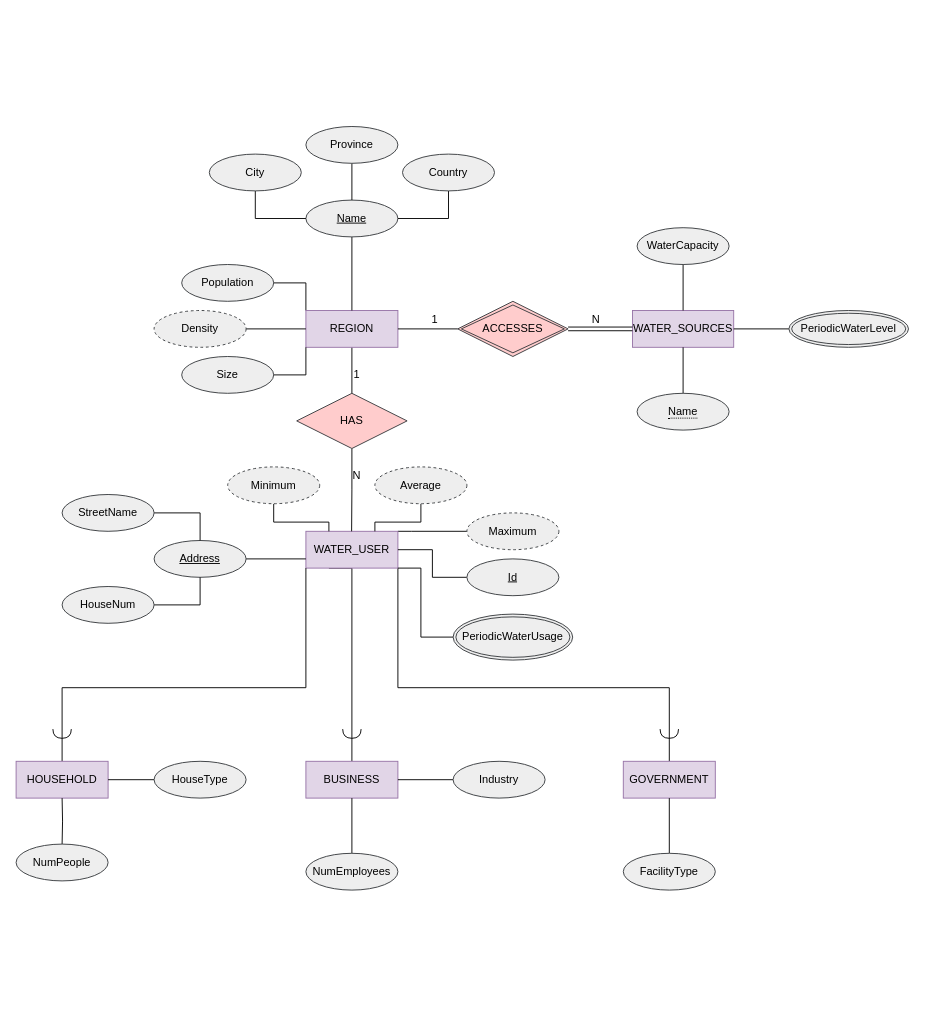
This is Design/src/UML_Diagram.drawio from Alex0Blackwell/water-conservation-prediction, a draw.io file, before an edit. Source tidied: cells renumbered, new cells numbered last; positions are measured from the earlier drawing's top-left corner, leaving out a move shared by most shapes. Both pictures are drawn from the tidied source at 92%, with x=0, y=0 at pixel (16, 126).
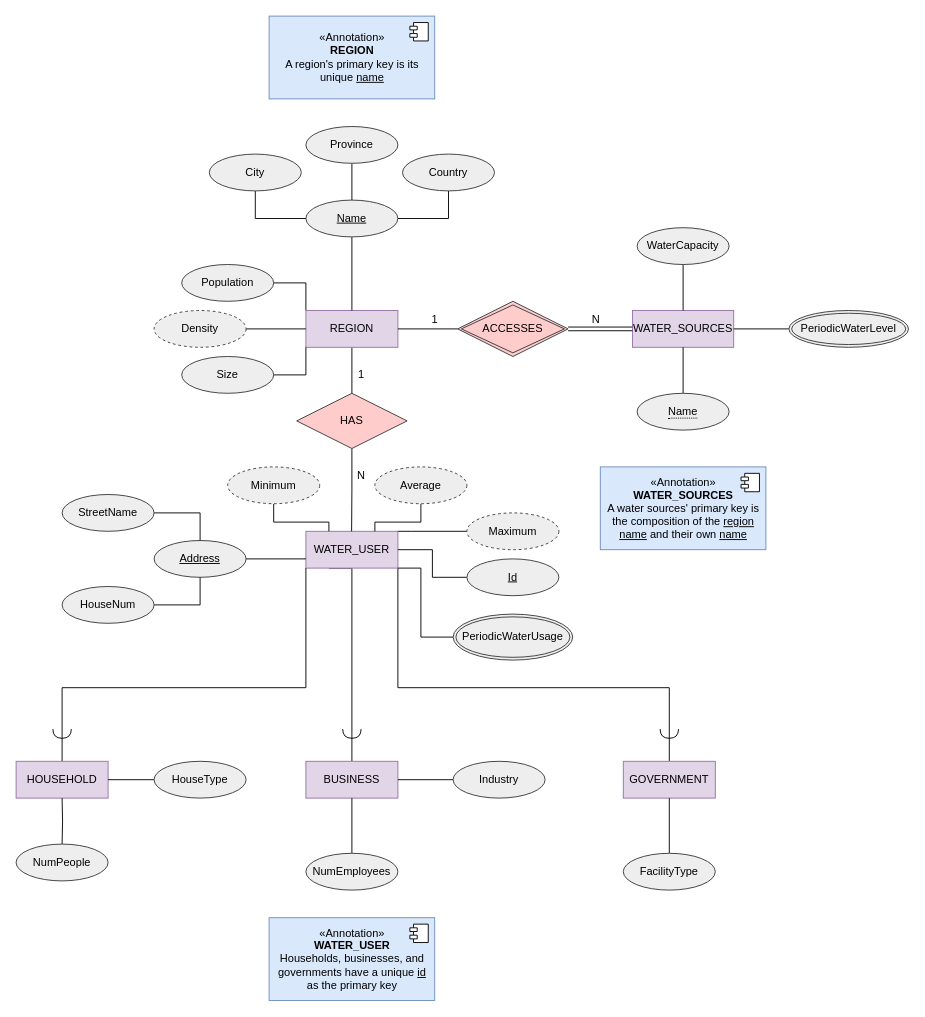
The same page after the edit.

Commit message (it also covers changes not shown here):
Update UML diagram to state the primary keys

Diff of the diagram source:
```diff
@@
     <mxCell id="28" value="N" style="text;html=1;align=center;verticalAlign=middle;" parent="1" vertex="1">
-      <mxGeometry x="360" y="370" width="20" height="20" as="geometry" />
+      <mxGeometry x="365" y="370" width="20" height="20" as="geometry" />
     </mxCell>
     <mxCell id="29" value="1" style="text;html=1;align=center;verticalAlign=middle;" parent="1" vertex="1">
-      <mxGeometry x="360" y="260" width="20" height="20" as="geometry" />
+      <mxGeometry x="365" y="260" width="20" height="20" as="geometry" />
     </mxCell>
@@
+    <mxCell id="70" value="«Annotation»&lt;br&gt;&lt;div&gt;&lt;b&gt;WATER_USER&lt;/b&gt;&lt;/div&gt;&lt;div&gt;Households, businesses, and&lt;/div&gt;&lt;div&gt;governments have a unique &lt;u&gt;id&lt;/u&gt;&lt;br&gt;&lt;/div&gt;&lt;div&gt;as the primary key&lt;br&gt;&lt;/div&gt;" style="html=1;fillColor=#dae8fc;strokeColor=#6c8ebf;" parent="1" vertex="1">
+      <mxGeometry x="275" y="860" width="180" height="90" as="geometry" />
+    </mxCell>
+    <mxCell id="71" style="shape=module;jettyWidth=8;jettyHeight=4;" parent="70" vertex="1">
+      <mxGeometry x="1" width="20" height="20" relative="1" as="geometry">
+        <mxPoint x="-27" y="7" as="offset" />
+      </mxGeometry>
+    </mxCell>
+    <mxCell id="72" value="«Annotation»&lt;br&gt;&lt;div&gt;&lt;b&gt;WATER_SOURCES&lt;br&gt;&lt;/b&gt;&lt;/div&gt;&lt;div&gt;A water sources' primary key is&lt;/div&gt;&lt;div&gt;the composition of the &lt;u&gt;region &lt;br&gt;&lt;/u&gt;&lt;/div&gt;&lt;div&gt;&lt;u&gt;name&lt;/u&gt; and their own &lt;u&gt;name&lt;/u&gt; &lt;/div&gt;" style="html=1;fillColor=#dae8fc;strokeColor=#6c8ebf;" parent="1" vertex="1">
+      <mxGeometry x="635" y="370" width="180" height="90" as="geometry" />
+    </mxCell>
+    <mxCell id="73" style="shape=module;jettyWidth=8;jettyHeight=4;" parent="72" vertex="1">
+      <mxGeometry x="1" width="20" height="20" relative="1" as="geometry">
+        <mxPoint x="-27" y="7" as="offset" />
+      </mxGeometry>
+    </mxCell>
+    <mxCell id="74" value="«Annotation»&lt;br&gt;&lt;div&gt;&lt;b&gt;REGION&lt;br&gt;&lt;/b&gt;&lt;/div&gt;&lt;div&gt;A region's primary key is its&lt;/div&gt;&lt;div&gt;unique &lt;u&gt;name&lt;/u&gt;&lt;/div&gt;&lt;u&gt;&lt;/u&gt;" style="html=1;fillColor=#dae8fc;strokeColor=#6c8ebf;" parent="1" vertex="1">
+      <mxGeometry x="275" y="-120" width="180" height="90" as="geometry" />
+    </mxCell>
+    <mxCell id="75" style="shape=module;jettyWidth=8;jettyHeight=4;" parent="74" vertex="1">
+      <mxGeometry x="1" width="20" height="20" relative="1" as="geometry">
+        <mxPoint x="-27" y="7" as="offset" />
+      </mxGeometry>
+    </mxCell>
```
